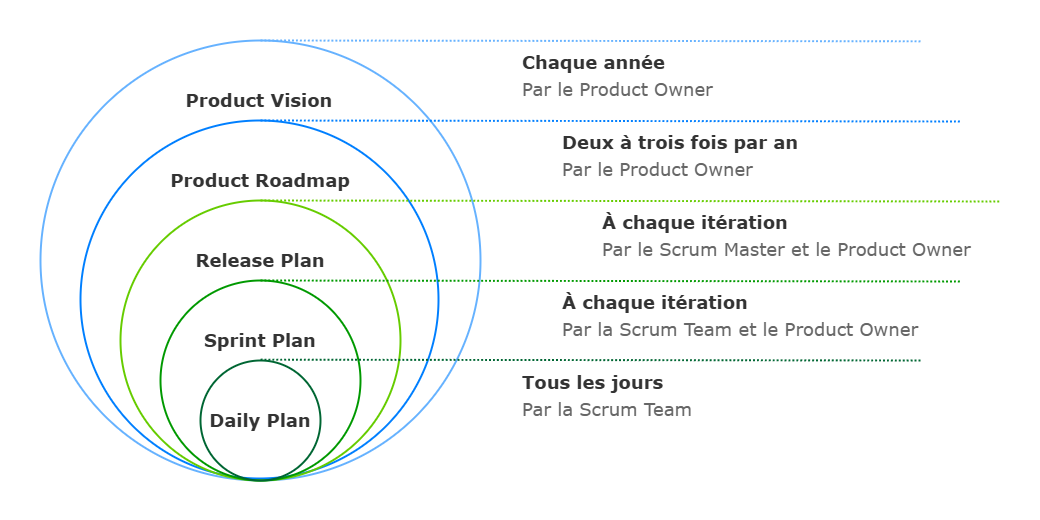
Above: 04.pratique/agile/_assets/planning_onion.png in ElodieBayet/web-development (draw.io), before the change. Source tidied: cells renumbered, new cells last; positions are measured from the earlier drawing's top-left corner, leaving out a move shared by most shapes. Source of this version:
```xml
<mxGraphModel>
  <root>
    <mxCell id="0" />
    <mxCell id="1" parent="0" />
    <mxCell id="2" style="rounded=0;whiteSpace=wrap;html=1;strokeColor=none;" parent="1" vertex="1">
      <mxGeometry width="1040" height="520" as="geometry" />
    </mxCell>
    <mxCell id="3" style="ellipse;whiteSpace=wrap;html=1;strokeWidth=1.9685;strokeColor=#66B2FF;fillColor=none;" parent="1" vertex="1">
      <mxGeometry x="40" y="40" width="440" height="440" as="geometry" />
    </mxCell>
    <mxCell id="4" style="ellipse;whiteSpace=wrap;html=1;strokeWidth=1.9685;strokeColor=#007FFF;fillColor=none;" parent="1" vertex="1">
      <mxGeometry x="80" y="120" width="358" height="358" as="geometry" />
    </mxCell>
    <mxCell id="5" style="ellipse;whiteSpace=wrap;html=1;strokeWidth=1.9685;strokeColor=#66CC00;fillColor=none;" parent="1" vertex="1">
      <mxGeometry x="120" y="200" width="280" height="280" as="geometry" />
    </mxCell>
    <mxCell id="6" style="ellipse;whiteSpace=wrap;html=1;strokeWidth=1.9685;strokeColor=#009900;fillColor=none;" parent="1" vertex="1">
      <mxGeometry x="160" y="280" width="200" height="200" as="geometry" />
    </mxCell>
    <mxCell id="7" style="ellipse;whiteSpace=wrap;html=1;strokeWidth=1.9685;strokeColor=#006633;fillColor=none;" parent="1" vertex="1">
      <mxGeometry x="200" y="360" width="120" height="120" as="geometry" />
    </mxCell>
    <mxCell id="8" value="Daily Plan" style="text;align=center;verticalAlign=middle;whiteSpace=wrap;rounded=0;fontFamily=Verdana;fontStyle=1;fontSize=18;fontColor=#333333;strokeColor=none;strokeWidth=1.9685;html=1;" parent="1" vertex="1">
      <mxGeometry x="200" y="400" width="120" height="40" as="geometry" />
    </mxCell>
    <mxCell id="9" value="Sprint Plan" style="text;align=center;verticalAlign=middle;whiteSpace=wrap;rounded=0;fontFamily=Verdana;fontStyle=1;fontSize=18;fontColor=#333333;strokeColor=none;strokeWidth=1.9685;html=1;" parent="1" vertex="1">
      <mxGeometry x="190" y="320" width="140" height="40" as="geometry" />
    </mxCell>
    <mxCell id="10" value="Release Plan" style="text;align=center;verticalAlign=middle;whiteSpace=wrap;rounded=0;fontFamily=Verdana;fontStyle=1;fontSize=18;fontColor=#333333;strokeColor=none;strokeWidth=1.9685;html=1;" parent="1" vertex="1">
      <mxGeometry x="180" y="240" width="160" height="40" as="geometry" />
    </mxCell>
    <mxCell id="11" value="Product Roadmap" style="text;align=center;verticalAlign=middle;whiteSpace=wrap;rounded=0;fontFamily=Verdana;fontStyle=1;fontSize=18;fontColor=#333333;strokeColor=none;strokeWidth=1.9685;html=1;" parent="1" vertex="1">
      <mxGeometry x="160" y="160" width="200" height="40" as="geometry" />
    </mxCell>
    <mxCell id="12" value="Product Vision" style="text;align=center;verticalAlign=middle;whiteSpace=wrap;rounded=0;fontFamily=Verdana;fontStyle=1;fontSize=18;fontColor=#333333;strokeColor=none;strokeWidth=1.9685;html=1;" parent="1" vertex="1">
      <mxGeometry x="159" y="80" width="200" height="40" as="geometry" />
    </mxCell>
    <mxCell id="13" value="&lt;div style=&quot;line-height: 150%;&quot;&gt;&lt;b&gt;Tous les jours&lt;/b&gt;&lt;div&gt;&lt;font style=&quot;color: rgb(102, 102, 102);&quot;&gt;Par la Scrum Team&lt;/font&gt;&lt;/div&gt;&lt;/div&gt;" style="text;align=left;verticalAlign=middle;whiteSpace=wrap;rounded=0;fontFamily=Verdana;fontStyle=0;fontSize=18;fontColor=#333333;strokeColor=none;strokeWidth=1.9685;html=1;" parent="1" vertex="1">
      <mxGeometry x="520" y="360" width="380" height="70" as="geometry" />
    </mxCell>
    <mxCell id="14" value="&lt;div style=&quot;line-height: 150%;&quot;&gt;&lt;b&gt;À chaque itération&lt;/b&gt;&lt;div&gt;&lt;font style=&quot;color: rgb(102, 102, 102);&quot;&gt;Par la Scrum Team et le Product Owner&lt;/font&gt;&lt;/div&gt;&lt;/div&gt;" style="text;align=left;verticalAlign=middle;whiteSpace=wrap;rounded=0;fontFamily=Verdana;fontStyle=0;fontSize=18;fontColor=#333333;strokeColor=none;strokeWidth=1.9685;html=1;" parent="1" vertex="1">
      <mxGeometry x="560" y="280" width="380" height="70" as="geometry" />
    </mxCell>
    <mxCell id="15" value="&lt;div style=&quot;line-height: 150%;&quot;&gt;&lt;b&gt;À chaque itération&lt;/b&gt;&lt;div&gt;&lt;font style=&quot;color: rgb(102, 102, 102);&quot;&gt;Par le Scrum Master et le Product Owner&lt;/font&gt;&lt;/div&gt;&lt;/div&gt;" style="text;align=left;verticalAlign=middle;whiteSpace=wrap;rounded=0;fontFamily=Verdana;fontStyle=0;fontSize=18;fontColor=#333333;strokeColor=none;strokeWidth=1.9685;html=1;" parent="1" vertex="1">
      <mxGeometry x="600" y="200" width="380" height="70" as="geometry" />
    </mxCell>
    <mxCell id="16" value="&lt;div style=&quot;line-height: 150%;&quot;&gt;&lt;b&gt;Deux à trois fois par an&lt;/b&gt;&lt;div&gt;&lt;font style=&quot;color: rgb(102, 102, 102);&quot;&gt;Par le Product Owner&lt;/font&gt;&lt;/div&gt;&lt;/div&gt;" style="text;align=left;verticalAlign=middle;whiteSpace=wrap;rounded=0;fontFamily=Verdana;fontStyle=0;fontSize=18;fontColor=#333333;strokeColor=none;strokeWidth=1.9685;html=1;" parent="1" vertex="1">
      <mxGeometry x="560" y="120" width="380" height="70" as="geometry" />
    </mxCell>
    <mxCell id="17" value="&lt;div style=&quot;line-height: 150%;&quot;&gt;&lt;b&gt;Chaque année&lt;/b&gt;&lt;div&gt;&lt;font style=&quot;color: rgb(102, 102, 102);&quot;&gt;Par le Product Owner&lt;/font&gt;&lt;/div&gt;&lt;/div&gt;" style="text;align=left;verticalAlign=middle;whiteSpace=wrap;rounded=0;fontFamily=Verdana;fontStyle=0;fontSize=18;fontColor=#333333;strokeColor=none;strokeWidth=1.9685;html=1;" parent="1" vertex="1">
      <mxGeometry x="520" y="40" width="380" height="70" as="geometry" />
    </mxCell>
    <mxCell id="18" style="endArrow=none;html=1;dashed=1;strokeWidth=1.9685;strokeColor=#006633;dashPattern=1 1;" parent="1" edge="1">
      <mxGeometry relative="1" as="geometry">
        <mxPoint x="260" y="359.2" as="sourcePoint" />
        <mxPoint x="920" y="360" as="targetPoint" />
      </mxGeometry>
    </mxCell>
    <mxCell id="19" style="endArrow=none;html=1;dashed=1;strokeWidth=1.9685;strokeColor=#009900;dashPattern=1 1;" parent="1" edge="1">
      <mxGeometry relative="1" as="geometry">
        <mxPoint x="260" y="280" as="sourcePoint" />
        <mxPoint x="960" y="281" as="targetPoint" />
      </mxGeometry>
    </mxCell>
    <mxCell id="20" style="endArrow=none;html=1;dashed=1;strokeWidth=1.9685;strokeColor=#66CC00;dashPattern=1 1;" parent="1" edge="1">
      <mxGeometry relative="1" as="geometry">
        <mxPoint x="260" y="200" as="sourcePoint" />
        <mxPoint x="1000" y="201" as="targetPoint" />
      </mxGeometry>
    </mxCell>
    <mxCell id="21" style="endArrow=none;html=1;dashed=1;strokeWidth=1.9685;strokeColor=#007FFF;dashPattern=1 1;" parent="1" edge="1">
      <mxGeometry relative="1" as="geometry">
        <mxPoint x="260" y="120" as="sourcePoint" />
        <mxPoint x="960" y="121" as="targetPoint" />
      </mxGeometry>
    </mxCell>
    <mxCell id="22" style="endArrow=none;html=1;dashed=1;strokeWidth=1.9685;strokeColor=#66B2FF;dashPattern=1 1;" parent="1" edge="1">
      <mxGeometry relative="1" as="geometry">
        <mxPoint x="260" y="40" as="sourcePoint" />
        <mxPoint x="920" y="40.8" as="targetPoint" />
      </mxGeometry>
    </mxCell>
  </root>
</mxGraphModel>
```
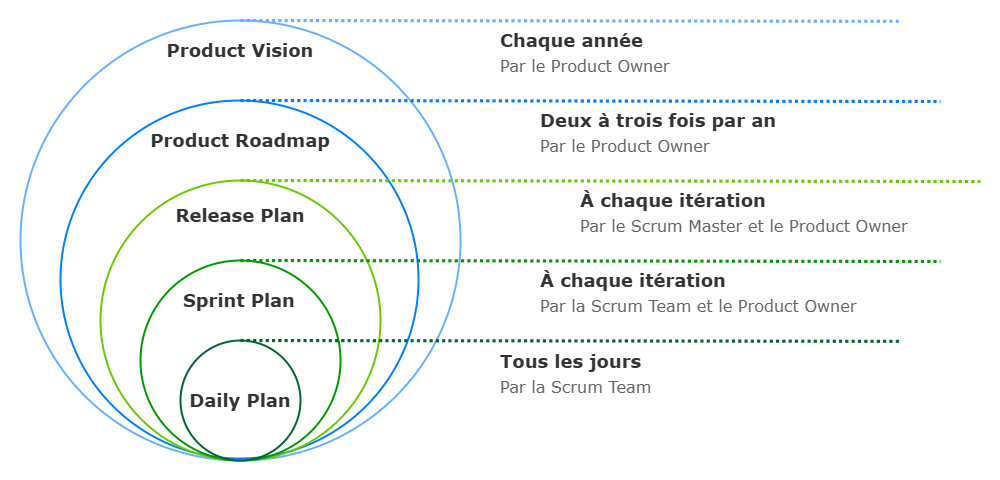
The same file after the commit.

Diff of the diagram source:
```diff
@@ -3,7 +3,7 @@
     <mxCell id="0" />
     <mxCell id="1" parent="0" />
     <mxCell id="2" style="rounded=0;whiteSpace=wrap;html=1;strokeColor=none;" parent="1" vertex="1">
-      <mxGeometry width="1040" height="520" as="geometry" />
+      <mxGeometry x="20" y="20" width="1000" height="480" as="geometry" />
     </mxCell>
     <mxCell id="3" style="ellipse;whiteSpace=wrap;html=1;strokeWidth=1.9685;strokeColor=#66B2FF;fillColor=none;" parent="1" vertex="1">
       <mxGeometry x="40" y="40" width="440" height="440" as="geometry" />
@@ -24,57 +24,57 @@
       <mxGeometry x="200" y="400" width="120" height="40" as="geometry" />
     </mxCell>
     <mxCell id="9" value="Sprint Plan" style="text;align=center;verticalAlign=middle;whiteSpace=wrap;rounded=0;fontFamily=Verdana;fontStyle=1;fontSize=18;fontColor=#333333;strokeColor=none;strokeWidth=1.9685;html=1;" parent="1" vertex="1">
-      <mxGeometry x="190" y="320" width="140" height="40" as="geometry" />
+      <mxGeometry x="189" y="300" width="140" height="40" as="geometry" />
     </mxCell>
     <mxCell id="10" value="Release Plan" style="text;align=center;verticalAlign=middle;whiteSpace=wrap;rounded=0;fontFamily=Verdana;fontStyle=1;fontSize=18;fontColor=#333333;strokeColor=none;strokeWidth=1.9685;html=1;" parent="1" vertex="1">
-      <mxGeometry x="180" y="240" width="160" height="40" as="geometry" />
+      <mxGeometry x="180" y="215" width="160" height="40" as="geometry" />
     </mxCell>
     <mxCell id="11" value="Product Roadmap" style="text;align=center;verticalAlign=middle;whiteSpace=wrap;rounded=0;fontFamily=Verdana;fontStyle=1;fontSize=18;fontColor=#333333;strokeColor=none;strokeWidth=1.9685;html=1;" parent="1" vertex="1">
-      <mxGeometry x="160" y="160" width="200" height="40" as="geometry" />
+      <mxGeometry x="160" y="140" width="200" height="40" as="geometry" />
     </mxCell>
     <mxCell id="12" value="Product Vision" style="text;align=center;verticalAlign=middle;whiteSpace=wrap;rounded=0;fontFamily=Verdana;fontStyle=1;fontSize=18;fontColor=#333333;strokeColor=none;strokeWidth=1.9685;html=1;" parent="1" vertex="1">
-      <mxGeometry x="159" y="80" width="200" height="40" as="geometry" />
+      <mxGeometry x="180" y="50" width="160" height="40" as="geometry" />
     </mxCell>
-    <mxCell id="13" value="&lt;div style=&quot;line-height: 150%;&quot;&gt;&lt;b&gt;Tous les jours&lt;/b&gt;&lt;div&gt;&lt;font style=&quot;color: rgb(102, 102, 102);&quot;&gt;Par la Scrum Team&lt;/font&gt;&lt;/div&gt;&lt;/div&gt;" style="text;align=left;verticalAlign=middle;whiteSpace=wrap;rounded=0;fontFamily=Verdana;fontStyle=0;fontSize=18;fontColor=#333333;strokeColor=none;strokeWidth=1.9685;html=1;" parent="1" vertex="1">
-      <mxGeometry x="520" y="360" width="380" height="70" as="geometry" />
+    <mxCell id="13" value="&lt;div style=&quot;line-height: 140%;&quot;&gt;&lt;b&gt;Tous les jours&lt;/b&gt;&lt;div&gt;&lt;font style=&quot;color: rgb(102, 102, 102); font-size: 16px; line-height: 140%;&quot;&gt;Par la Scrum Team&lt;/font&gt;&lt;/div&gt;&lt;/div&gt;" style="text;align=left;verticalAlign=top;whiteSpace=wrap;rounded=0;fontFamily=Verdana;fontStyle=0;fontSize=18;fontColor=#333333;strokeColor=none;strokeWidth=1.9685;html=1;spacing=0;spacingTop=3.937;" parent="1" vertex="1">
+      <mxGeometry x="520" y="360.8" width="380" height="70" as="geometry" />
     </mxCell>
-    <mxCell id="14" value="&lt;div style=&quot;line-height: 150%;&quot;&gt;&lt;b&gt;À chaque itération&lt;/b&gt;&lt;div&gt;&lt;font style=&quot;color: rgb(102, 102, 102);&quot;&gt;Par la Scrum Team et le Product Owner&lt;/font&gt;&lt;/div&gt;&lt;/div&gt;" style="text;align=left;verticalAlign=middle;whiteSpace=wrap;rounded=0;fontFamily=Verdana;fontStyle=0;fontSize=18;fontColor=#333333;strokeColor=none;strokeWidth=1.9685;html=1;" parent="1" vertex="1">
+    <mxCell id="14" value="&lt;div style=&quot;line-height: 140%;&quot;&gt;&lt;b&gt;À chaque itération&lt;/b&gt;&lt;div&gt;&lt;font style=&quot;color: rgb(102, 102, 102); font-size: 16px; line-height: 140%;&quot;&gt;Par la Scrum Team et le Product Owner&lt;/font&gt;&lt;/div&gt;&lt;/div&gt;" style="text;align=left;verticalAlign=top;whiteSpace=wrap;rounded=0;fontFamily=Verdana;fontStyle=0;fontSize=18;fontColor=#333333;strokeColor=none;strokeWidth=1.9685;html=1;spacing=0;spacingTop=3.937;" parent="1" vertex="1">
       <mxGeometry x="560" y="280" width="380" height="70" as="geometry" />
     </mxCell>
-    <mxCell id="15" value="&lt;div style=&quot;line-height: 150%;&quot;&gt;&lt;b&gt;À chaque itération&lt;/b&gt;&lt;div&gt;&lt;font style=&quot;color: rgb(102, 102, 102);&quot;&gt;Par le Scrum Master et le Product Owner&lt;/font&gt;&lt;/div&gt;&lt;/div&gt;" style="text;align=left;verticalAlign=middle;whiteSpace=wrap;rounded=0;fontFamily=Verdana;fontStyle=0;fontSize=18;fontColor=#333333;strokeColor=none;strokeWidth=1.9685;html=1;" parent="1" vertex="1">
+    <mxCell id="15" value="&lt;div style=&quot;line-height: 140%;&quot;&gt;&lt;b&gt;À chaque itération&lt;/b&gt;&lt;div&gt;&lt;font style=&quot;color: rgb(102, 102, 102); font-size: 16px; line-height: 140%;&quot;&gt;Par le Scrum Master et le Product Owner&lt;/font&gt;&lt;/div&gt;&lt;/div&gt;" style="text;align=left;verticalAlign=top;whiteSpace=wrap;rounded=0;fontFamily=Verdana;fontStyle=0;fontSize=18;fontColor=#333333;strokeColor=none;strokeWidth=1.9685;html=1;spacing=0;spacingTop=3.937;" parent="1" vertex="1">
       <mxGeometry x="600" y="200" width="380" height="70" as="geometry" />
     </mxCell>
-    <mxCell id="16" value="&lt;div style=&quot;line-height: 150%;&quot;&gt;&lt;b&gt;Deux à trois fois par an&lt;/b&gt;&lt;div&gt;&lt;font style=&quot;color: rgb(102, 102, 102);&quot;&gt;Par le Product Owner&lt;/font&gt;&lt;/div&gt;&lt;/div&gt;" style="text;align=left;verticalAlign=middle;whiteSpace=wrap;rounded=0;fontFamily=Verdana;fontStyle=0;fontSize=18;fontColor=#333333;strokeColor=none;strokeWidth=1.9685;html=1;" parent="1" vertex="1">
+    <mxCell id="16" value="&lt;div style=&quot;line-height: 140%;&quot;&gt;&lt;b&gt;Deux à trois fois par an&lt;/b&gt;&lt;div&gt;&lt;font style=&quot;color: rgb(102, 102, 102); font-size: 16px; line-height: 140%;&quot;&gt;Par le Product Owner&lt;/font&gt;&lt;/div&gt;&lt;/div&gt;" style="text;align=left;verticalAlign=top;whiteSpace=wrap;rounded=0;fontFamily=Verdana;fontStyle=0;fontSize=18;fontColor=#333333;strokeColor=none;strokeWidth=1.9685;html=1;spacing=0;spacingTop=3.937;" parent="1" vertex="1">
       <mxGeometry x="560" y="120" width="380" height="70" as="geometry" />
     </mxCell>
-    <mxCell id="17" value="&lt;div style=&quot;line-height: 150%;&quot;&gt;&lt;b&gt;Chaque année&lt;/b&gt;&lt;div&gt;&lt;font style=&quot;color: rgb(102, 102, 102);&quot;&gt;Par le Product Owner&lt;/font&gt;&lt;/div&gt;&lt;/div&gt;" style="text;align=left;verticalAlign=middle;whiteSpace=wrap;rounded=0;fontFamily=Verdana;fontStyle=0;fontSize=18;fontColor=#333333;strokeColor=none;strokeWidth=1.9685;html=1;" parent="1" vertex="1">
+    <mxCell id="17" value="&lt;div style=&quot;line-height: 140%;&quot;&gt;&lt;b&gt;Chaque année&lt;/b&gt;&lt;div&gt;&lt;font style=&quot;color: rgb(102, 102, 102); font-size: 16px; line-height: 140%;&quot;&gt;Par le Product Owner&lt;/font&gt;&lt;/div&gt;&lt;/div&gt;" style="text;align=left;verticalAlign=top;whiteSpace=wrap;rounded=0;fontFamily=Verdana;fontStyle=0;fontSize=18;fontColor=#333333;strokeColor=none;strokeWidth=1.9685;html=1;spacing=0;spacingTop=3.937;" parent="1" vertex="1">
       <mxGeometry x="520" y="40" width="380" height="70" as="geometry" />
     </mxCell>
-    <mxCell id="18" style="endArrow=none;html=1;dashed=1;strokeWidth=1.9685;strokeColor=#006633;dashPattern=1 1;" parent="1" edge="1">
+    <mxCell id="18" style="endArrow=none;html=1;dashed=1;strokeWidth=3.1496;strokeColor=#006633;dashPattern=1 1;" parent="1" edge="1">
       <mxGeometry relative="1" as="geometry">
-        <mxPoint x="260" y="359.2" as="sourcePoint" />
-        <mxPoint x="920" y="360" as="targetPoint" />
+        <mxPoint x="260" y="360" as="sourcePoint" />
+        <mxPoint x="920" y="360.8" as="targetPoint" />
       </mxGeometry>
     </mxCell>
-    <mxCell id="19" style="endArrow=none;html=1;dashed=1;strokeWidth=1.9685;strokeColor=#009900;dashPattern=1 1;" parent="1" edge="1">
+    <mxCell id="19" style="endArrow=none;html=1;dashed=1;strokeWidth=3.1496;strokeColor=#009900;dashPattern=1 1;" parent="1" edge="1">
       <mxGeometry relative="1" as="geometry">
         <mxPoint x="260" y="280" as="sourcePoint" />
         <mxPoint x="960" y="281" as="targetPoint" />
       </mxGeometry>
     </mxCell>
-    <mxCell id="20" style="endArrow=none;html=1;dashed=1;strokeWidth=1.9685;strokeColor=#66CC00;dashPattern=1 1;" parent="1" edge="1">
+    <mxCell id="20" style="endArrow=none;html=1;dashed=1;strokeWidth=3.1496;strokeColor=#66CC00;dashPattern=1 1;" parent="1" edge="1">
       <mxGeometry relative="1" as="geometry">
         <mxPoint x="260" y="200" as="sourcePoint" />
         <mxPoint x="1000" y="201" as="targetPoint" />
       </mxGeometry>
     </mxCell>
-    <mxCell id="21" style="endArrow=none;html=1;dashed=1;strokeWidth=1.9685;strokeColor=#007FFF;dashPattern=1 1;" parent="1" edge="1">
+    <mxCell id="21" style="endArrow=none;html=1;dashed=1;strokeWidth=3.1496;strokeColor=#007FFF;dashPattern=1 1;" parent="1" edge="1">
       <mxGeometry relative="1" as="geometry">
         <mxPoint x="260" y="120" as="sourcePoint" />
         <mxPoint x="960" y="121" as="targetPoint" />
       </mxGeometry>
     </mxCell>
-    <mxCell id="22" style="endArrow=none;html=1;dashed=1;strokeWidth=1.9685;strokeColor=#66B2FF;dashPattern=1 1;" parent="1" edge="1">
+    <mxCell id="22" style="endArrow=none;html=1;dashed=1;strokeWidth=3.1496;strokeColor=#66B2FF;dashPattern=1 1;" parent="1" edge="1">
       <mxGeometry relative="1" as="geometry">
         <mxPoint x="260" y="40" as="sourcePoint" />
         <mxPoint x="920" y="40.8" as="targetPoint" />
```
